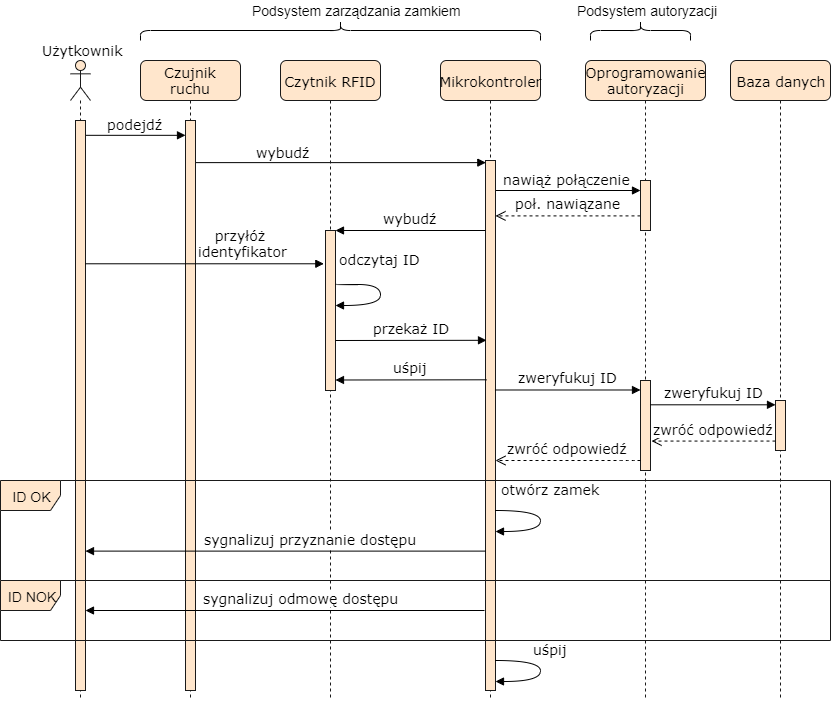
Above: docs/chapters/images/sequence1.png in adapiekarska/centralized-lock-system (draw.io), before the change. Source tidied: cells renumbered, new cells last; positions are measured from the earlier drawing's top-left corner, leaving out a move shared by most shapes.
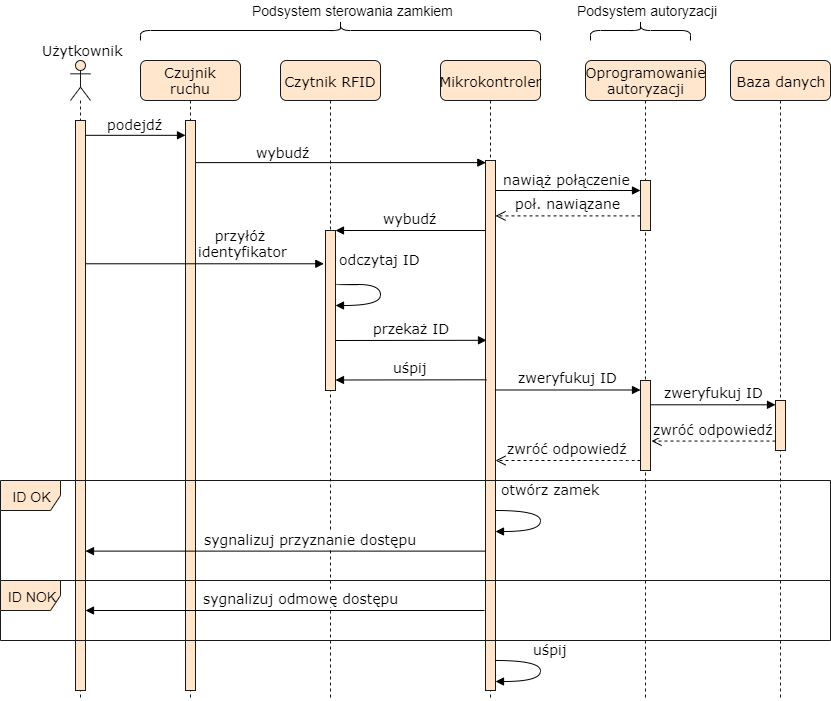
The same file after the commit.

What changed in the source:
```diff
@@ -122,8 +122,8 @@
     <mxCell id="32" style="shape=curlyBracket;whiteSpace=wrap;html=1;rounded=1;direction=south;fontSize=14;" parent="1" vertex="1">
       <mxGeometry x="140" y="20" width="400" height="20" as="geometry" />
     </mxCell>
-    <mxCell id="33" value="Podsystem zarządzania zamkiem" style="text;html=1;align=left;verticalAlign=top;spacingTop=-4;fontSize=14;" parent="1" vertex="1">
-      <mxGeometry x="250" width="190" height="20" as="geometry" />
+    <mxCell id="33" value="Podsystem sterowania zamkiem" style="text;html=1;align=left;verticalAlign=top;spacingTop=-4;fontSize=14;" parent="1" vertex="1">
+      <mxGeometry x="250" width="220" height="20" as="geometry" />
     </mxCell>
     <mxCell id="34" style="shape=curlyBracket;whiteSpace=wrap;html=1;rounded=1;direction=south;fontSize=14;" parent="1" vertex="1">
       <mxGeometry x="590" y="20" width="100" height="20" as="geometry" />
```
